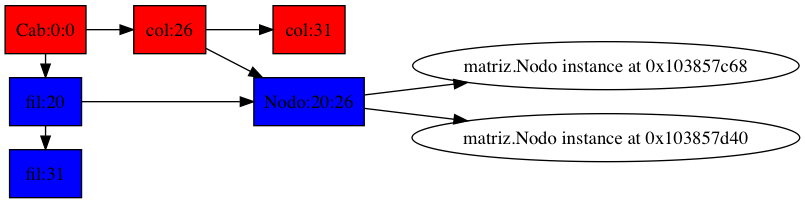
leonelyutu/ProyectoJunio2017_200819281 keeps this Graphviz diagram as web/satelitejugador1.dot.png. Above is the earlier version. Its source is kept beside it as web/satelitejugador1.dot. Source of this version:
```dot
digraph g{
rankdir=LR
<matriz.Nodo instance at 0x1038573f8>[label =<Cab:0:0> shape =box, style=filled, fillcolor=red]
<matriz.Nodo instance at 0x103857d88>[label =<col:26> shape =box, style=filled, fillcolor=red]
<matriz.Nodo instance at 0x1038573b0>[label =<col:31> shape =box, style=filled, fillcolor=red]
<matriz.Nodo instance at 0x1038573f8>-><matriz.Nodo instance at 0x103857d88><matriz.Nodo instance at 0x103857d88>-><matriz.Nodo instance at 0x1038573b0><matriz.Nodo instance at 0x103857cb0>[label = <fil:20> shape =box, style=filled, fillcolor=blue]
<matriz.Nodo instance at 0x103857368>[label = <fil:31> shape =box, style=filled, fillcolor=blue]
<matriz.Nodo instance at 0x1038573f8>-><matriz.Nodo instance at 0x103857cb0><matriz.Nodo instance at 0x103857cb0>-><matriz.Nodo instance at 0x103857368>subgraph{
rank = same;<matriz.Nodo instance at 0x1038573f8>;<matriz.Nodo instance at 0x103857368><matriz.Nodo instance at 0x103857cb0>;<matriz.Nodo instance at 0x103857368>}
<matriz.Nodo instance at 0x103857cb0>-><matriz.Nodo instance at 0x103857dd0>
<matriz.Nodo instance at 0x103857dd0>[label = <Nodo:20:26> shape =box, style=filled, fillcolor=blue]
<matriz.Nodo instance at 0x103857dd0>-><matriz.Nodo instance at 0x103857c68>
<matriz.Nodo instance at 0x103857d88>-><matriz.Nodo instance at 0x103857dd0>
<matriz.Nodo instance at 0x103857dd0>-><matriz.Nodo instance at 0x103857d40>
}
```
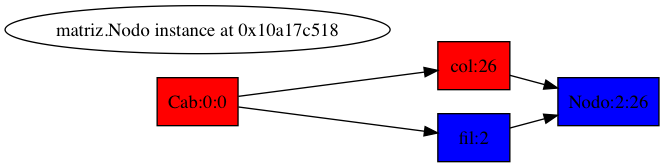
Later version of the same file.

Diff of the diagram source:
```diff
@@ -1,15 +1,12 @@
 digraph g{
 rankdir=LR
-<matriz.Nodo instance at 0x1038573f8>[label =<Cab:0:0> shape =box, style=filled, fillcolor=red]
-<matriz.Nodo instance at 0x103857d88>[label =<col:26> shape =box, style=filled, fillcolor=red]
-<matriz.Nodo instance at 0x1038573b0>[label =<col:31> shape =box, style=filled, fillcolor=red]
-<matriz.Nodo instance at 0x1038573f8>-><matriz.Nodo instance at 0x103857d88><matriz.Nodo instance at 0x103857d88>-><matriz.Nodo instance at 0x1038573b0><matriz.Nodo instance at 0x103857cb0>[label = <fil:20> shape =box, style=filled, fillcolor=blue]
-<matriz.Nodo instance at 0x103857368>[label = <fil:31> shape =box, style=filled, fillcolor=blue]
-<matriz.Nodo instance at 0x1038573f8>-><matriz.Nodo instance at 0x103857cb0><matriz.Nodo instance at 0x103857cb0>-><matriz.Nodo instance at 0x103857368>subgraph{
-rank = same;<matriz.Nodo instance at 0x1038573f8>;<matriz.Nodo instance at 0x103857368><matriz.Nodo instance at 0x103857cb0>;<matriz.Nodo instance at 0x103857368>}
-<matriz.Nodo instance at 0x103857cb0>-><matriz.Nodo instance at 0x103857dd0>
-<matriz.Nodo instance at 0x103857dd0>[label = <Nodo:20:26> shape =box, style=filled, fillcolor=blue]
-<matriz.Nodo instance at 0x103857dd0>-><matriz.Nodo instance at 0x103857c68>
-<matriz.Nodo instance at 0x103857d88>-><matriz.Nodo instance at 0x103857dd0>
-<matriz.Nodo instance at 0x103857dd0>-><matriz.Nodo instance at 0x103857d40>
+<matriz.Nodo instance at 0x10a17c5a8>[label =<Cab:0:0> shape =box, style=filled, fillcolor=red]
+<matriz.Nodo instance at 0x10a180170>[label =<col:26> shape =box, style=filled, fillcolor=red]
+<matriz.Nodo instance at 0x10a17c5a8>-><matriz.Nodo instance at 0x10a180170>
+<matriz.Nodo instance at 0x10a1800e0>[label = <fil:2> shape =box, style=filled, fillcolor=blue]
+<matriz.Nodo instance at 0x10a17c5a8>-><matriz.Nodo instance at 0x10a1800e0>subgraph{
+rank = same;<matriz.Nodo instance at 0x10a17c5a8>;<matriz.Nodo instance at 0x10a17c518>}
+<matriz.Nodo instance at 0x10a1800e0>-><matriz.Nodo instance at 0x10a1801b8>
+<matriz.Nodo instance at 0x10a1801b8>[label = <Nodo:2:26> shape =box, style=filled, fillcolor=blue]
+<matriz.Nodo instance at 0x10a180170>-><matriz.Nodo instance at 0x10a1801b8>
 }
```
